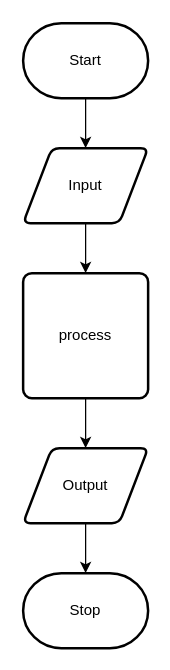
Before: design/flow-chart.drawio in Chloe-Havel/ISC2O-Unit-3-02, a draw.io diagram. Source tidied: cells renumbered, new cells numbered last; positions are measured from the earlier drawing's top-left corner, leaving out a move shared by most shapes. Both pictures are drawn from the tidied source at 125%, with x=0, y=0 at pixel (22, 22).
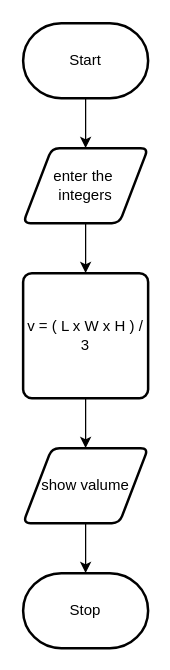
After the change.

What changed in the source:
```diff
@@
 <mxGraphModel>
   <root>
     <mxCell id="0" />
     <mxCell id="1" parent="0" />
     <mxCell id="2" style="edgeStyle=none;html=1;" parent="1" edge="1" source="3" target="5">
       <mxGeometry relative="1" as="geometry" />
     </mxCell>
     <mxCell id="3" value="Start" style="strokeWidth=2;html=1;shape=mxgraph.flowchart.terminator;whiteSpace=wrap;" parent="1" vertex="1">
       <mxGeometry width="100" height="60" as="geometry" />
     </mxCell>
     <mxCell id="4" style="edgeStyle=none;html=1;" parent="1" edge="1" source="5" target="7">
       <mxGeometry relative="1" as="geometry" />
     </mxCell>
-    <mxCell id="5" value="Input" style="shape=parallelogram;html=1;strokeWidth=2;perimeter=parallelogramPerimeter;whiteSpace=wrap;rounded=1;arcSize=12;size=0.23;" parent="1" vertex="1">
+    <mxCell id="5" value="enter the&amp;nbsp;&lt;br&gt;integers" style="shape=parallelogram;html=1;strokeWidth=2;perimeter=parallelogramPerimeter;whiteSpace=wrap;rounded=1;arcSize=12;size=0.23;" parent="1" vertex="1">
       <mxGeometry y="100" width="100" height="60" as="geometry" />
     </mxCell>
     <mxCell id="6" style="edgeStyle=none;html=1;" parent="1" edge="1" source="7" target="9">
       <mxGeometry relative="1" as="geometry" />
     </mxCell>
-    <mxCell id="7" value="process" style="rounded=1;whiteSpace=wrap;html=1;absoluteArcSize=1;arcSize=14;strokeWidth=2;" parent="1" vertex="1">
+    <mxCell id="7" value="v = ( L x W x H ) / 3" style="rounded=1;whiteSpace=wrap;html=1;absoluteArcSize=1;arcSize=14;strokeWidth=2;" parent="1" vertex="1">
       <mxGeometry y="200" width="100" height="100" as="geometry" />
     </mxCell>
     <mxCell id="8" style="edgeStyle=none;html=1;" parent="1" edge="1" source="9" target="10">
       <mxGeometry relative="1" as="geometry" />
     </mxCell>
-    <mxCell id="9" value="Output" style="shape=parallelogram;html=1;strokeWidth=2;perimeter=parallelogramPerimeter;whiteSpace=wrap;rounded=1;arcSize=12;size=0.23;" parent="1" vertex="1">
+    <mxCell id="9" value="show valume" style="shape=parallelogram;html=1;strokeWidth=2;perimeter=parallelogramPerimeter;whiteSpace=wrap;rounded=1;arcSize=12;size=0.23;" parent="1" vertex="1">
       <mxGeometry y="340" width="100" height="60" as="geometry" />
     </mxCell>
     <mxCell id="10" value="Stop" style="strokeWidth=2;html=1;shape=mxgraph.flowchart.terminator;whiteSpace=wrap;" parent="1" vertex="1">
       <mxGeometry y="440" width="100" height="60" as="geometry" />
     </mxCell>
   </root>
 </mxGraphModel>
```
